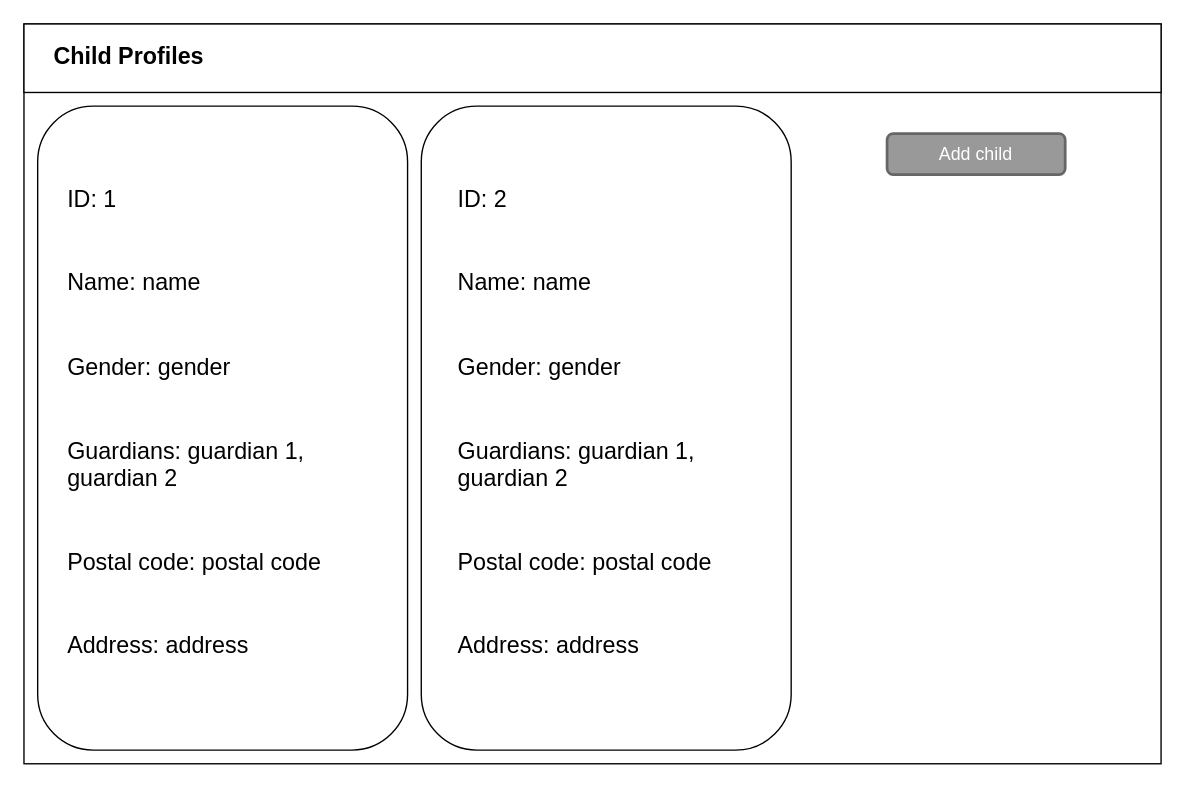
This is profiles-wireframe.drawio from brianaendanawas/drawio-templates, a draw.io file, before an edit. Source tidied: cells renumbered, new cells numbered last; positions are measured from the earlier drawing's top-left corner, leaving out a move shared by most shapes. Both pictures are drawn from the tidied source at 137%, with x=0, y=0 at pixel (23, 23).
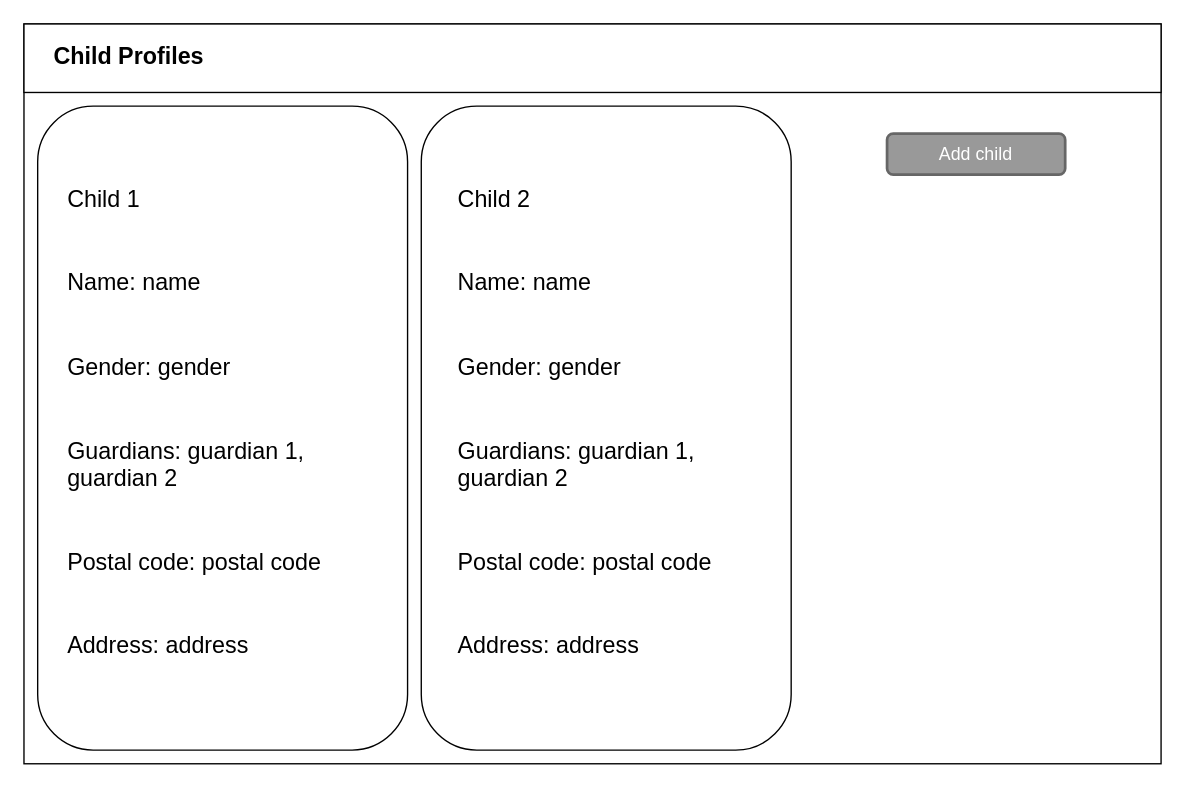
After the change.

Diff of the diagram source:
```diff
@@
 <mxGraphModel>
   <root>
     <mxCell id="0" />
     <mxCell id="1" parent="0" />
     <mxCell id="2" style="rounded=0;whiteSpace=wrap;html=1;" parent="1" vertex="1">
       <mxGeometry width="830" height="540" as="geometry" />
     </mxCell>
     <mxCell id="3" style="rounded=0;whiteSpace=wrap;html=1;" parent="1" vertex="1">
       <mxGeometry width="830" height="50" as="geometry" />
     </mxCell>
     <mxCell id="4" value="&lt;font style=&quot;font-size: 17px;&quot;&gt;&lt;b&gt;Child Profiles&lt;/b&gt;&lt;/font&gt;" style="text;html=1;strokeColor=none;fillColor=none;align=left;verticalAlign=middle;whiteSpace=wrap;rounded=0;" parent="1" vertex="1">
       <mxGeometry x="20" width="230" height="50" as="geometry" />
     </mxCell>
     <mxCell id="5" style="rounded=1;whiteSpace=wrap;html=1;fontSize=17;" parent="1" vertex="1">
       <mxGeometry x="10" y="60" width="270" height="470" as="geometry" />
     </mxCell>
     <mxCell id="6" value="&lt;font style=&quot;font-size: 13px;&quot;&gt;Add child&lt;/font&gt;" style="rounded=1;html=1;shadow=0;dashed=0;whiteSpace=wrap;fontSize=10;fillColor=#999999;align=center;strokeColor=#666666;fontColor=#ffffff;strokeWidth=2;" parent="1" vertex="1">
       <mxGeometry x="630" y="80" width="130" height="30" as="geometry" />
     </mxCell>
     <mxCell id="7" style="rounded=1;whiteSpace=wrap;html=1;fontSize=17;" parent="1" vertex="1">
       <mxGeometry x="290" y="60" width="270" height="470" as="geometry" />
     </mxCell>
-    <mxCell id="8" value="ID: 1&lt;br&gt;&lt;br&gt;&lt;br&gt;Name: name&lt;br&gt;&lt;br&gt;&lt;br&gt;Gender: gender&lt;br&gt;&lt;br&gt;&lt;br&gt;Guardians: guardian 1, guardian 2&lt;br&gt;&lt;br&gt;&lt;br&gt;Postal code: postal code&lt;br&gt;&lt;br&gt;&lt;br&gt;Address: address" style="text;html=1;strokeColor=none;fillColor=none;align=left;verticalAlign=middle;whiteSpace=wrap;rounded=0;fontSize=17;" parent="1" vertex="1">
+    <mxCell id="8" value="Child 1&lt;br&gt;&lt;br&gt;&lt;br&gt;Name: name&lt;br&gt;&lt;br&gt;&lt;br&gt;Gender: gender&lt;br&gt;&lt;br&gt;&lt;br&gt;Guardians: guardian 1, guardian 2&lt;br&gt;&lt;br&gt;&lt;br&gt;Postal code: postal code&lt;br&gt;&lt;br&gt;&lt;br&gt;Address: address" style="text;html=1;strokeColor=none;fillColor=none;align=left;verticalAlign=middle;whiteSpace=wrap;rounded=0;fontSize=17;" parent="1" vertex="1">
       <mxGeometry x="30" y="96.9" width="220" height="390" as="geometry" />
     </mxCell>
-    <mxCell id="9" value="ID: 2&lt;br&gt;&lt;br&gt;&lt;br&gt;Name: name&lt;br&gt;&lt;br&gt;&lt;br&gt;Gender: gender&lt;br&gt;&lt;br&gt;&lt;br&gt;Guardians: guardian 1, guardian 2&lt;br&gt;&lt;br&gt;&lt;br&gt;Postal code: postal code&lt;br&gt;&lt;br&gt;&lt;br&gt;Address: address" style="text;html=1;strokeColor=none;fillColor=none;align=left;verticalAlign=middle;whiteSpace=wrap;rounded=0;fontSize=17;" parent="1" vertex="1">
+    <mxCell id="9" value="Child 2&lt;br&gt;&lt;br&gt;&lt;br&gt;Name: name&lt;br&gt;&lt;br&gt;&lt;br&gt;Gender: gender&lt;br&gt;&lt;br&gt;&lt;br&gt;Guardians: guardian 1, guardian 2&lt;br&gt;&lt;br&gt;&lt;br&gt;Postal code: postal code&lt;br&gt;&lt;br&gt;&lt;br&gt;Address: address" style="text;html=1;strokeColor=none;fillColor=none;align=left;verticalAlign=middle;whiteSpace=wrap;rounded=0;fontSize=17;" parent="1" vertex="1">
       <mxGeometry x="315" y="96.9" width="220" height="390" as="geometry" />
     </mxCell>
   </root>
 </mxGraphModel>
```
